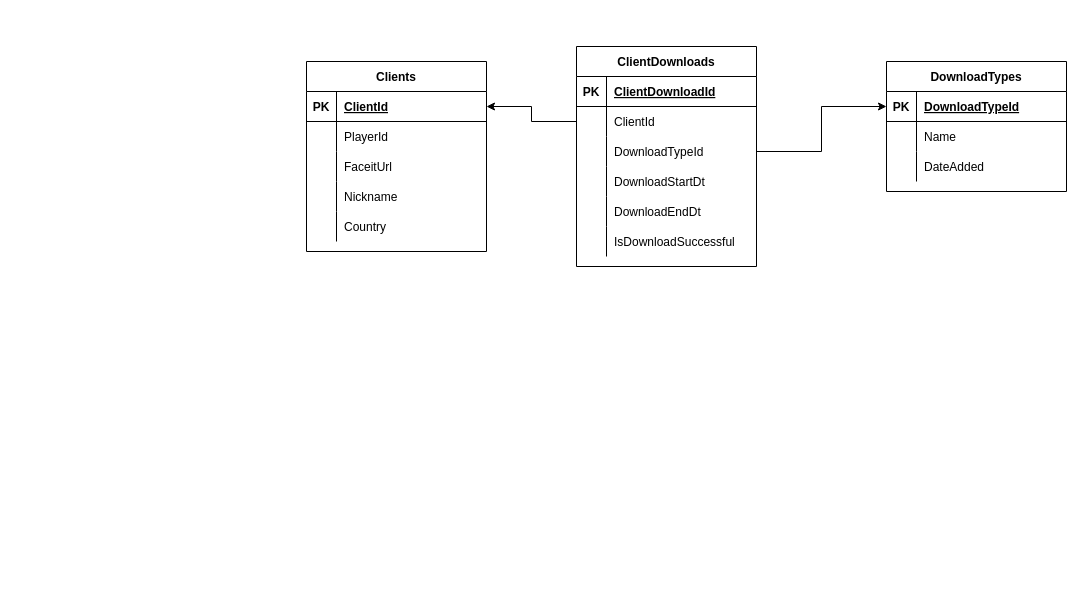
Earlier version of the draw.io diagram page "Operational Database" (2 of 2) of FaceIt_Analytics_Model.drawio (Volume999/Faceit-Analytics). Source tidied: cells renumbered, new cells numbered last; positions are measured from the earlier drawing's top-left corner, leaving out a move shared by most shapes. Both pictures are drawn from the tidied source at 100%, with x=0, y=0 at pixel (306, 46).
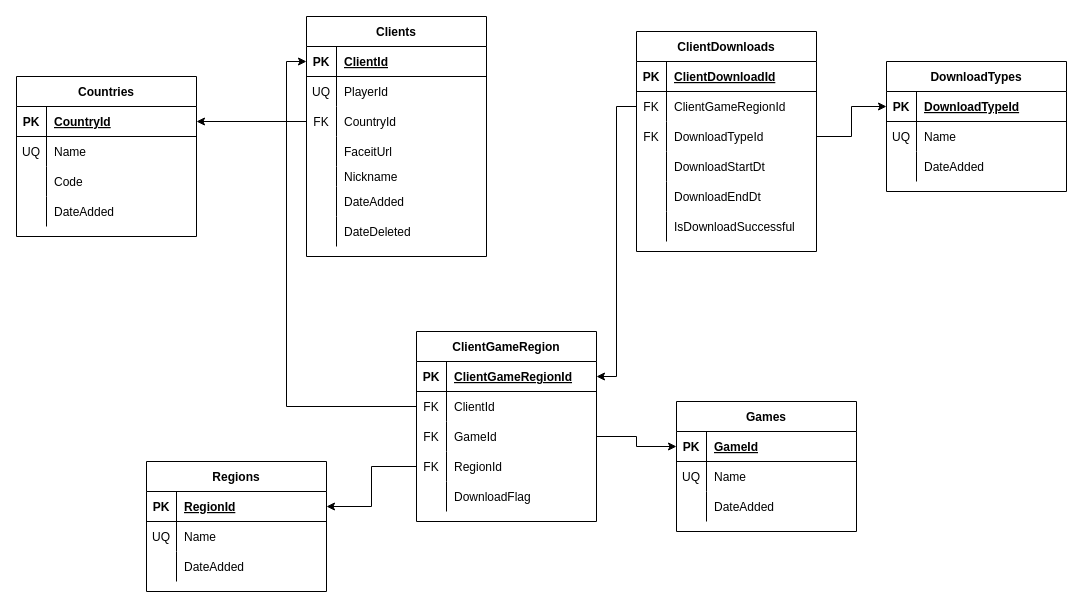
After the change.

Commit message (it also covers changes not shown here):
Fixed operational database model, Fixed DDL Script, inserted myself on the model

The change refers to these unchanged cells:
```xml
<mxCell id="3" style="shape=tableRow;horizontal=0;startSize=0;swimlaneHead=0;swimlaneBody=0;fillColor=none;points=[[0,0.5],[1,0.5]];portConstraint=eastwest;top=0;left=0;right=0;bottom=1;" parent="2" vertex="1">
  <mxGeometry y="30" width="180" height="30" as="geometry" />
</mxCell>
<mxCell id="6" style="shape=tableRow;horizontal=0;startSize=0;swimlaneHead=0;swimlaneBody=0;fillColor=none;top=0;left=0;right=0;bottom=0;" parent="2" vertex="1">
  <mxGeometry y="60" width="180" height="30" as="geometry" />
</mxCell>
<mxCell id="22" style="shape=tableRow;horizontal=0;startSize=0;swimlaneHead=0;swimlaneBody=0;fillColor=none;points=[[0,0.5],[1,0.5]];portConstraint=eastwest;top=0;left=0;right=0;bottom=0;" parent="18" vertex="1">
  <mxGeometry y="60" width="180" height="30" as="geometry" />
</mxCell>
<mxCell id="25" style="shape=tableRow;horizontal=0;startSize=0;swimlaneHead=0;swimlaneBody=0;fillColor=none;points=[[0,0.5],[1,0.5]];portConstraint=eastwest;top=0;left=0;right=0;bottom=0;" parent="18" vertex="1">
  <mxGeometry y="90" width="180" height="30" as="geometry" />
</mxCell>
<mxCell id="41" style="shape=tableRow;horizontal=0;startSize=0;swimlaneHead=0;swimlaneBody=0;fillColor=none;top=0;left=0;right=0;bottom=0;" parent="37" vertex="1">
  <mxGeometry y="60" width="180" height="30" as="geometry" />
</mxCell>
```

The edit, as a diff of the source:
```diff
@@
     <mxCell id="2" value="Clients" style="shape=table;startSize=30;childLayout=tableLayout;rowLines=0;fontStyle=1;align=center;" parent="1" vertex="1">
-      <mxGeometry y="15" width="180" height="190" as="geometry" />
+      <mxGeometry y="-30" width="180" height="240" as="geometry" />
     </mxCell>
@@
-    <mxCell id="7" style="shape=partialRectangle;fillColor=none;top=0;left=0;bottom=0;right=0;overflow=hidden;" parent="6" vertex="1">
+    <mxCell id="7" value="UQ" style="shape=partialRectangle;fillColor=none;top=0;left=0;bottom=0;right=0;overflow=hidden;" parent="6" vertex="1">
       <mxGeometry width="30" height="30" as="geometry" />
     </mxCell>
@@
+    <mxCell id="15" style="shape=tableRow;horizontal=0;startSize=0;swimlaneHead=0;swimlaneBody=0;fillColor=none;points=[[0,0.5],[1,0.5]];portConstraint=eastwest;top=0;left=0;right=0;bottom=0;" parent="2" vertex="1">
+      <mxGeometry y="90" width="180" height="30" as="geometry" />
+    </mxCell>
+    <mxCell id="16" value="FK" style="shape=partialRectangle;fillColor=none;top=0;left=0;bottom=0;right=0;overflow=hidden;" parent="15" vertex="1">
+      <mxGeometry width="30" height="30" as="geometry" />
+    </mxCell>
+    <mxCell id="17" value="CountryId" style="shape=partialRectangle;fillColor=none;top=0;left=0;bottom=0;right=0;align=left;spacingLeft=6;overflow=hidden;" parent="15" vertex="1">
+      <mxGeometry x="30" width="150" height="30" as="geometry" />
+    </mxCell>
     <mxCell id="9" style="shape=tableRow;horizontal=0;startSize=0;swimlaneHead=0;swimlaneBody=0;fillColor=none;top=0;left=0;right=0;bottom=0;" parent="2" vertex="1">
-      <mxGeometry y="90" width="180" height="30" as="geometry" />
+      <mxGeometry y="120" width="180" height="30" as="geometry" />
     </mxCell>
@@
     <mxCell id="12" style="shape=tableRow;horizontal=0;startSize=0;swimlaneHead=0;swimlaneBody=0;fillColor=none;top=0;left=0;right=0;bottom=0;" parent="2" vertex="1">
-      <mxGeometry y="120" width="180" height="30" as="geometry" />
+      <mxGeometry y="150" width="180" height="20" as="geometry" />
     </mxCell>
     <mxCell id="13" style="shape=partialRectangle;fillColor=none;top=0;left=0;bottom=0;right=0;overflow=hidden;" parent="12" vertex="1">
-      <mxGeometry width="30" height="30" as="geometry" />
+      <mxGeometry width="30" height="20" as="geometry" />
     </mxCell>
     <mxCell id="14" value="Nickname" style="shape=partialRectangle;fillColor=none;top=0;left=0;bottom=0;right=0;align=left;spacingLeft=6;overflow=hidden;" parent="12" vertex="1">
-      <mxGeometry x="30" width="150" height="30" as="geometry" />
+      <mxGeometry x="30" width="150" height="20" as="geometry" />
     </mxCell>
-    <mxCell id="15" style="shape=tableRow;horizontal=0;startSize=0;swimlaneHead=0;swimlaneBody=0;fillColor=none;points=[[0,0.5],[1,0.5]];portConstraint=eastwest;top=0;left=0;right=0;bottom=0;" parent="2" vertex="1">
-      <mxGeometry y="150" width="180" height="30" as="geometry" />
-    </mxCell>
-    <mxCell id="16" style="shape=partialRectangle;fillColor=none;top=0;left=0;bottom=0;right=0;overflow=hidden;" parent="15" vertex="1">
-      <mxGeometry width="30" height="30" as="geometry" />
-    </mxCell>
-    <mxCell id="17" value="Country" style="shape=partialRectangle;fillColor=none;top=0;left=0;bottom=0;right=0;align=left;spacingLeft=6;overflow=hidden;" parent="15" vertex="1">
-      <mxGeometry x="30" width="150" height="30" as="geometry" />
-    </mxCell>
+    <mxCell id="49" style="shape=tableRow;horizontal=0;startSize=0;swimlaneHead=0;swimlaneBody=0;fillColor=none;top=0;left=0;right=0;bottom=0;" parent="2" vertex="1">
+      <mxGeometry y="170" width="180" height="30" as="geometry" />
+    </mxCell>
+    <mxCell id="50" style="shape=partialRectangle;fillColor=none;top=0;left=0;bottom=0;right=0;overflow=hidden;" parent="49" vertex="1">
+      <mxGeometry width="30" height="30" as="geometry" />
+    </mxCell>
+    <mxCell id="51" value="DateAdded" style="shape=partialRectangle;fillColor=none;top=0;left=0;bottom=0;right=0;align=left;spacingLeft=6;overflow=hidden;" parent="49" vertex="1">
+      <mxGeometry x="30" width="150" height="30" as="geometry" />
+    </mxCell>
+    <mxCell id="52" style="shape=tableRow;horizontal=0;startSize=0;swimlaneHead=0;swimlaneBody=0;fillColor=none;top=0;left=0;right=0;bottom=0;" parent="2" vertex="1">
+      <mxGeometry y="200" width="180" height="30" as="geometry" />
+    </mxCell>
+    <mxCell id="53" style="shape=partialRectangle;fillColor=none;top=0;left=0;bottom=0;right=0;overflow=hidden;" parent="52" vertex="1">
+      <mxGeometry width="30" height="30" as="geometry" />
+    </mxCell>
+    <mxCell id="54" value="DateDeleted" style="shape=partialRectangle;fillColor=none;top=0;left=0;bottom=0;right=0;align=left;spacingLeft=6;overflow=hidden;" parent="52" vertex="1">
+      <mxGeometry x="30" width="150" height="30" as="geometry" />
+    </mxCell>
     <mxCell id="18" value="ClientDownloads" style="shape=table;startSize=30;childLayout=tableLayout;rowLines=0;fontStyle=1;align=center;" parent="1" vertex="1">
-      <mxGeometry x="270" width="180" height="220" as="geometry" />
+      <mxGeometry x="330" y="-15" width="180" height="220" as="geometry" />
     </mxCell>
@@
-    <mxCell id="23" style="shape=partialRectangle;fillColor=none;top=0;left=0;bottom=0;right=0;overflow=hidden;" parent="22" vertex="1">
+    <mxCell id="23" value="FK" style="shape=partialRectangle;fillColor=none;top=0;left=0;bottom=0;right=0;overflow=hidden;" parent="22" vertex="1">
       <mxGeometry width="30" height="30" as="geometry" />
     </mxCell>
-    <mxCell id="24" value="ClientId" style="shape=partialRectangle;fillColor=none;top=0;left=0;bottom=0;right=0;align=left;spacingLeft=6;overflow=hidden;" parent="22" vertex="1">
+    <mxCell id="24" value="ClientGameRegionId" style="shape=partialRectangle;fillColor=none;top=0;left=0;bottom=0;right=0;align=left;spacingLeft=6;overflow=hidden;" parent="22" vertex="1">
       <mxGeometry x="30" width="150" height="30" as="geometry" />
     </mxCell>
@@
-    <mxCell id="26" style="shape=partialRectangle;fillColor=none;top=0;left=0;bottom=0;right=0;overflow=hidden;" parent="25" vertex="1">
+    <mxCell id="26" value="FK" style="shape=partialRectangle;fillColor=none;top=0;left=0;bottom=0;right=0;overflow=hidden;" parent="25" vertex="1">
       <mxGeometry width="30" height="30" as="geometry" />
     </mxCell>
@@
-    <mxCell id="42" style="shape=partialRectangle;fillColor=none;top=0;left=0;bottom=0;right=0;overflow=hidden;" parent="41" vertex="1">
+    <mxCell id="42" value="UQ" style="shape=partialRectangle;fillColor=none;top=0;left=0;bottom=0;right=0;overflow=hidden;" parent="41" vertex="1">
       <mxGeometry width="30" height="30" as="geometry" />
     </mxCell>
@@
-    <mxCell id="47" style="edgeStyle=orthogonalEdgeStyle;rounded=0;jettySize=auto;html=1;exitX=0;exitY=0.5;exitDx=0;exitDy=0;entryX=1;entryY=0.5;entryDx=0;entryDy=0;" parent="1" edge="1" source="22" target="3">
-      <mxGeometry relative="1" as="geometry" />
-    </mxCell>
@@
+    <mxCell id="55" value="Games" style="shape=table;startSize=30;childLayout=tableLayout;rowLines=0;fontStyle=1;align=center;" parent="1" vertex="1">
+      <mxGeometry x="370" y="355" width="180" height="130" as="geometry" />
+    </mxCell>
+    <mxCell id="56" style="shape=tableRow;horizontal=0;startSize=0;swimlaneHead=0;swimlaneBody=0;fillColor=none;points=[[0,0.5],[1,0.5]];portConstraint=eastwest;top=0;left=0;right=0;bottom=1;" parent="55" vertex="1">
+      <mxGeometry y="30" width="180" height="30" as="geometry" />
+    </mxCell>
+    <mxCell id="57" value="PK" style="shape=partialRectangle;fillColor=none;top=0;left=0;bottom=0;right=0;fontStyle=1;overflow=hidden;" parent="56" vertex="1">
+      <mxGeometry width="30" height="30" as="geometry" />
+    </mxCell>
+    <mxCell id="58" value="GameId" style="shape=partialRectangle;fillColor=none;top=0;left=0;bottom=0;right=0;align=left;spacingLeft=6;fontStyle=5;overflow=hidden;" parent="56" vertex="1">
+      <mxGeometry x="30" width="150" height="30" as="geometry" />
+    </mxCell>
+    <mxCell id="59" style="shape=tableRow;horizontal=0;startSize=0;swimlaneHead=0;swimlaneBody=0;fillColor=none;top=0;left=0;right=0;bottom=0;" parent="55" vertex="1">
+      <mxGeometry y="60" width="180" height="30" as="geometry" />
+    </mxCell>
+    <mxCell id="60" value="UQ" style="shape=partialRectangle;fillColor=none;top=0;left=0;bottom=0;right=0;overflow=hidden;" parent="59" vertex="1">
+      <mxGeometry width="30" height="30" as="geometry" />
+    </mxCell>
+    <mxCell id="61" value="Name" style="shape=partialRectangle;fillColor=none;top=0;left=0;bottom=0;right=0;align=left;spacingLeft=6;overflow=hidden;" parent="59" vertex="1">
+      <mxGeometry x="30" width="150" height="30" as="geometry" />
+    </mxCell>
+    <mxCell id="62" style="shape=tableRow;horizontal=0;startSize=0;swimlaneHead=0;swimlaneBody=0;fillColor=none;top=0;left=0;right=0;bottom=0;" parent="55" vertex="1">
+      <mxGeometry y="90" width="180" height="30" as="geometry" />
+    </mxCell>
+    <mxCell id="63" style="shape=partialRectangle;fillColor=none;top=0;left=0;bottom=0;right=0;overflow=hidden;" parent="62" vertex="1">
+      <mxGeometry width="30" height="30" as="geometry" />
+    </mxCell>
+    <mxCell id="64" value="DateAdded" style="shape=partialRectangle;fillColor=none;top=0;left=0;bottom=0;right=0;align=left;spacingLeft=6;overflow=hidden;" parent="62" vertex="1">
+      <mxGeometry x="30" width="150" height="30" as="geometry" />
+    </mxCell>
+    <mxCell id="65" value="Countries" style="shape=table;startSize=30;childLayout=tableLayout;rowLines=0;fontStyle=1;align=center;" parent="1" vertex="1">
+      <mxGeometry x="-290" y="30" width="180" height="160" as="geometry" />
+    </mxCell>
+    <mxCell id="66" style="shape=tableRow;horizontal=0;startSize=0;swimlaneHead=0;swimlaneBody=0;fillColor=none;points=[[0,0.5],[1,0.5]];portConstraint=eastwest;top=0;left=0;right=0;bottom=1;" parent="65" vertex="1">
+      <mxGeometry y="30" width="180" height="30" as="geometry" />
+    </mxCell>
+    <mxCell id="67" value="PK" style="shape=partialRectangle;fillColor=none;top=0;left=0;bottom=0;right=0;fontStyle=1;overflow=hidden;" parent="66" vertex="1">
+      <mxGeometry width="30" height="30" as="geometry" />
+    </mxCell>
+    <mxCell id="68" value="CountryId" style="shape=partialRectangle;fillColor=none;top=0;left=0;bottom=0;right=0;align=left;spacingLeft=6;fontStyle=5;overflow=hidden;" parent="66" vertex="1">
+      <mxGeometry x="30" width="150" height="30" as="geometry" />
+    </mxCell>
+    <mxCell id="69" style="shape=tableRow;horizontal=0;startSize=0;swimlaneHead=0;swimlaneBody=0;fillColor=none;top=0;left=0;right=0;bottom=0;" parent="65" vertex="1">
+      <mxGeometry y="60" width="180" height="30" as="geometry" />
+    </mxCell>
+    <mxCell id="70" value="UQ" style="shape=partialRectangle;fillColor=none;top=0;left=0;bottom=0;right=0;overflow=hidden;" parent="69" vertex="1">
+      <mxGeometry width="30" height="30" as="geometry" />
+    </mxCell>
+    <mxCell id="71" value="Name" style="shape=partialRectangle;fillColor=none;top=0;left=0;bottom=0;right=0;align=left;spacingLeft=6;overflow=hidden;" parent="69" vertex="1">
+      <mxGeometry x="30" width="150" height="30" as="geometry" />
+    </mxCell>
+    <mxCell id="72" style="shape=tableRow;horizontal=0;startSize=0;swimlaneHead=0;swimlaneBody=0;fillColor=none;top=0;left=0;right=0;bottom=0;" parent="65" vertex="1">
+      <mxGeometry y="90" width="180" height="30" as="geometry" />
+    </mxCell>
+    <mxCell id="73" style="shape=partialRectangle;fillColor=none;top=0;left=0;bottom=0;right=0;overflow=hidden;" parent="72" vertex="1">
+      <mxGeometry width="30" height="30" as="geometry" />
+    </mxCell>
+    <mxCell id="74" value="Code" style="shape=partialRectangle;fillColor=none;top=0;left=0;bottom=0;right=0;align=left;spacingLeft=6;overflow=hidden;" parent="72" vertex="1">
+      <mxGeometry x="30" width="150" height="30" as="geometry" />
+    </mxCell>
+    <mxCell id="75" style="shape=tableRow;horizontal=0;startSize=0;swimlaneHead=0;swimlaneBody=0;fillColor=none;top=0;left=0;right=0;bottom=0;" parent="65" vertex="1">
+      <mxGeometry y="120" width="180" height="30" as="geometry" />
+    </mxCell>
+    <mxCell id="76" style="shape=partialRectangle;fillColor=none;top=0;left=0;bottom=0;right=0;overflow=hidden;" parent="75" vertex="1">
+      <mxGeometry width="30" height="30" as="geometry" />
+    </mxCell>
+    <mxCell id="77" value="DateAdded" style="shape=partialRectangle;fillColor=none;top=0;left=0;bottom=0;right=0;align=left;spacingLeft=6;overflow=hidden;" parent="75" vertex="1">
+      <mxGeometry x="30" width="150" height="30" as="geometry" />
+    </mxCell>
+    <mxCell id="78" style="edgeStyle=orthogonalEdgeStyle;rounded=0;jettySize=auto;html=1;exitX=0;exitY=0.5;exitDx=0;exitDy=0;entryX=1;entryY=0.5;entryDx=0;entryDy=0;" parent="1" edge="1" source="15" target="66">
+      <mxGeometry relative="1" as="geometry" />
+    </mxCell>
+    <mxCell id="79" value="Regions" style="shape=table;startSize=30;childLayout=tableLayout;rowLines=0;fontStyle=1;align=center;" parent="1" vertex="1">
+      <mxGeometry x="-160" y="415" width="180" height="130" as="geometry" />
+    </mxCell>
+    <mxCell id="80" style="shape=tableRow;horizontal=0;startSize=0;swimlaneHead=0;swimlaneBody=0;fillColor=none;points=[[0,0.5],[1,0.5]];portConstraint=eastwest;top=0;left=0;right=0;bottom=1;" parent="79" vertex="1">
+      <mxGeometry y="30" width="180" height="30" as="geometry" />
+    </mxCell>
+    <mxCell id="81" value="PK" style="shape=partialRectangle;fillColor=none;top=0;left=0;bottom=0;right=0;fontStyle=1;overflow=hidden;" parent="80" vertex="1">
+      <mxGeometry width="30" height="30" as="geometry" />
+    </mxCell>
+    <mxCell id="82" value="RegionId" style="shape=partialRectangle;fillColor=none;top=0;left=0;bottom=0;right=0;align=left;spacingLeft=6;fontStyle=5;overflow=hidden;" parent="80" vertex="1">
+      <mxGeometry x="30" width="150" height="30" as="geometry" />
+    </mxCell>
+    <mxCell id="83" style="shape=tableRow;horizontal=0;startSize=0;swimlaneHead=0;swimlaneBody=0;fillColor=none;top=0;left=0;right=0;bottom=0;" parent="79" vertex="1">
+      <mxGeometry y="60" width="180" height="30" as="geometry" />
+    </mxCell>
+    <mxCell id="84" value="UQ" style="shape=partialRectangle;fillColor=none;top=0;left=0;bottom=0;right=0;overflow=hidden;" parent="83" vertex="1">
+      <mxGeometry width="30" height="30" as="geometry" />
+    </mxCell>
+    <mxCell id="85" value="Name" style="shape=partialRectangle;fillColor=none;top=0;left=0;bottom=0;right=0;align=left;spacingLeft=6;overflow=hidden;" parent="83" vertex="1">
+      <mxGeometry x="30" width="150" height="30" as="geometry" />
+    </mxCell>
+    <mxCell id="86" style="shape=tableRow;horizontal=0;startSize=0;swimlaneHead=0;swimlaneBody=0;fillColor=none;top=0;left=0;right=0;bottom=0;" parent="79" vertex="1">
+      <mxGeometry y="90" width="180" height="30" as="geometry" />
+    </mxCell>
+    <mxCell id="87" style="shape=partialRectangle;fillColor=none;top=0;left=0;bottom=0;right=0;overflow=hidden;" parent="86" vertex="1">
+      <mxGeometry width="30" height="30" as="geometry" />
+    </mxCell>
+    <mxCell id="88" value="DateAdded" style="shape=partialRectangle;fillColor=none;top=0;left=0;bottom=0;right=0;align=left;spacingLeft=6;overflow=hidden;" parent="86" vertex="1">
+      <mxGeometry x="30" width="150" height="30" as="geometry" />
+    </mxCell>
+    <mxCell id="89" value="ClientGameRegion" style="shape=table;startSize=30;childLayout=tableLayout;rowLines=0;fontStyle=1;align=center;" parent="1" vertex="1">
+      <mxGeometry x="110" y="285" width="180" height="190" as="geometry" />
+    </mxCell>
+    <mxCell id="90" style="shape=tableRow;horizontal=0;startSize=0;swimlaneHead=0;swimlaneBody=0;fillColor=none;points=[[0,0.5],[1,0.5]];portConstraint=eastwest;top=0;left=0;right=0;bottom=1;" parent="89" vertex="1">
+      <mxGeometry y="30" width="180" height="30" as="geometry" />
+    </mxCell>
+    <mxCell id="91" value="PK" style="shape=partialRectangle;fillColor=none;top=0;left=0;bottom=0;right=0;fontStyle=1;overflow=hidden;" parent="90" vertex="1">
+      <mxGeometry width="30" height="30" as="geometry" />
+    </mxCell>
+    <mxCell id="92" value="ClientGameRegionId" style="shape=partialRectangle;fillColor=none;top=0;left=0;bottom=0;right=0;align=left;spacingLeft=6;fontStyle=5;overflow=hidden;" parent="90" vertex="1">
+      <mxGeometry x="30" width="150" height="30" as="geometry" />
+    </mxCell>
+    <mxCell id="93" style="shape=tableRow;horizontal=0;startSize=0;swimlaneHead=0;swimlaneBody=0;fillColor=none;points=[[0,0.5],[1,0.5]];portConstraint=eastwest;top=0;left=0;right=0;bottom=0;" parent="89" vertex="1">
+      <mxGeometry y="60" width="180" height="30" as="geometry" />
+    </mxCell>
+    <mxCell id="94" value="FK" style="shape=partialRectangle;fillColor=none;top=0;left=0;bottom=0;right=0;overflow=hidden;" parent="93" vertex="1">
+      <mxGeometry width="30" height="30" as="geometry" />
+    </mxCell>
+    <mxCell id="95" value="ClientId" style="shape=partialRectangle;fillColor=none;top=0;left=0;bottom=0;right=0;align=left;spacingLeft=6;overflow=hidden;" parent="93" vertex="1">
+      <mxGeometry x="30" width="150" height="30" as="geometry" />
+    </mxCell>
+    <mxCell id="96" style="shape=tableRow;horizontal=0;startSize=0;swimlaneHead=0;swimlaneBody=0;fillColor=none;points=[[0,0.5],[1,0.5]];portConstraint=eastwest;top=0;left=0;right=0;bottom=0;" parent="89" vertex="1">
+      <mxGeometry y="90" width="180" height="30" as="geometry" />
+    </mxCell>
+    <mxCell id="97" value="FK" style="shape=partialRectangle;fillColor=none;top=0;left=0;bottom=0;right=0;overflow=hidden;" parent="96" vertex="1">
+      <mxGeometry width="30" height="30" as="geometry" />
+    </mxCell>
+    <mxCell id="98" value="GameId" style="shape=partialRectangle;fillColor=none;top=0;left=0;bottom=0;right=0;align=left;spacingLeft=6;overflow=hidden;" parent="96" vertex="1">
+      <mxGeometry x="30" width="150" height="30" as="geometry" />
+    </mxCell>
+    <mxCell id="99" style="shape=tableRow;horizontal=0;startSize=0;swimlaneHead=0;swimlaneBody=0;fillColor=none;points=[[0,0.5],[1,0.5]];portConstraint=eastwest;top=0;left=0;right=0;bottom=0;" parent="89" vertex="1">
+      <mxGeometry y="120" width="180" height="30" as="geometry" />
+    </mxCell>
+    <mxCell id="100" value="FK" style="shape=partialRectangle;fillColor=none;top=0;left=0;bottom=0;right=0;overflow=hidden;" parent="99" vertex="1">
+      <mxGeometry width="30" height="30" as="geometry" />
+    </mxCell>
+    <mxCell id="101" value="RegionId" style="shape=partialRectangle;fillColor=none;top=0;left=0;bottom=0;right=0;align=left;spacingLeft=6;overflow=hidden;" parent="99" vertex="1">
+      <mxGeometry x="30" width="150" height="30" as="geometry" />
+    </mxCell>
+    <mxCell id="102" style="shape=tableRow;horizontal=0;startSize=0;swimlaneHead=0;swimlaneBody=0;fillColor=none;top=0;left=0;right=0;bottom=0;" parent="89" vertex="1">
+      <mxGeometry y="150" width="180" height="30" as="geometry" />
+    </mxCell>
+    <mxCell id="103" style="shape=partialRectangle;fillColor=none;top=0;left=0;bottom=0;right=0;overflow=hidden;" parent="102" vertex="1">
+      <mxGeometry width="30" height="30" as="geometry" />
+    </mxCell>
+    <mxCell id="104" value="DownloadFlag" style="shape=partialRectangle;fillColor=none;top=0;left=0;bottom=0;right=0;align=left;spacingLeft=6;overflow=hidden;" parent="102" vertex="1">
+      <mxGeometry x="30" width="150" height="30" as="geometry" />
+    </mxCell>
+    <mxCell id="105" style="edgeStyle=orthogonalEdgeStyle;rounded=0;jettySize=auto;html=1;exitX=0;exitY=0.5;exitDx=0;exitDy=0;entryX=0;entryY=0.5;entryDx=0;entryDy=0;" parent="1" edge="1" source="93" target="3">
+      <mxGeometry relative="1" as="geometry" />
+    </mxCell>
+    <mxCell id="106" style="edgeStyle=orthogonalEdgeStyle;rounded=0;jettySize=auto;html=1;exitX=1;exitY=0.5;exitDx=0;exitDy=0;entryX=0;entryY=0.5;entryDx=0;entryDy=0;" parent="1" edge="1" source="96" target="56">
+      <mxGeometry relative="1" as="geometry" />
+    </mxCell>
+    <mxCell id="107" style="edgeStyle=orthogonalEdgeStyle;rounded=0;jettySize=auto;html=1;exitX=0;exitY=0.5;exitDx=0;exitDy=0;entryX=1;entryY=0.5;entryDx=0;entryDy=0;" parent="1" edge="1" source="99" target="80">
+      <mxGeometry relative="1" as="geometry" />
+    </mxCell>
+    <mxCell id="108" style="edgeStyle=orthogonalEdgeStyle;rounded=0;jettySize=auto;html=1;exitX=0;exitY=0.5;exitDx=0;exitDy=0;entryX=1;entryY=0.5;entryDx=0;entryDy=0;" parent="1" edge="1" source="22" target="90">
+      <mxGeometry relative="1" as="geometry" />
+    </mxCell>
```
